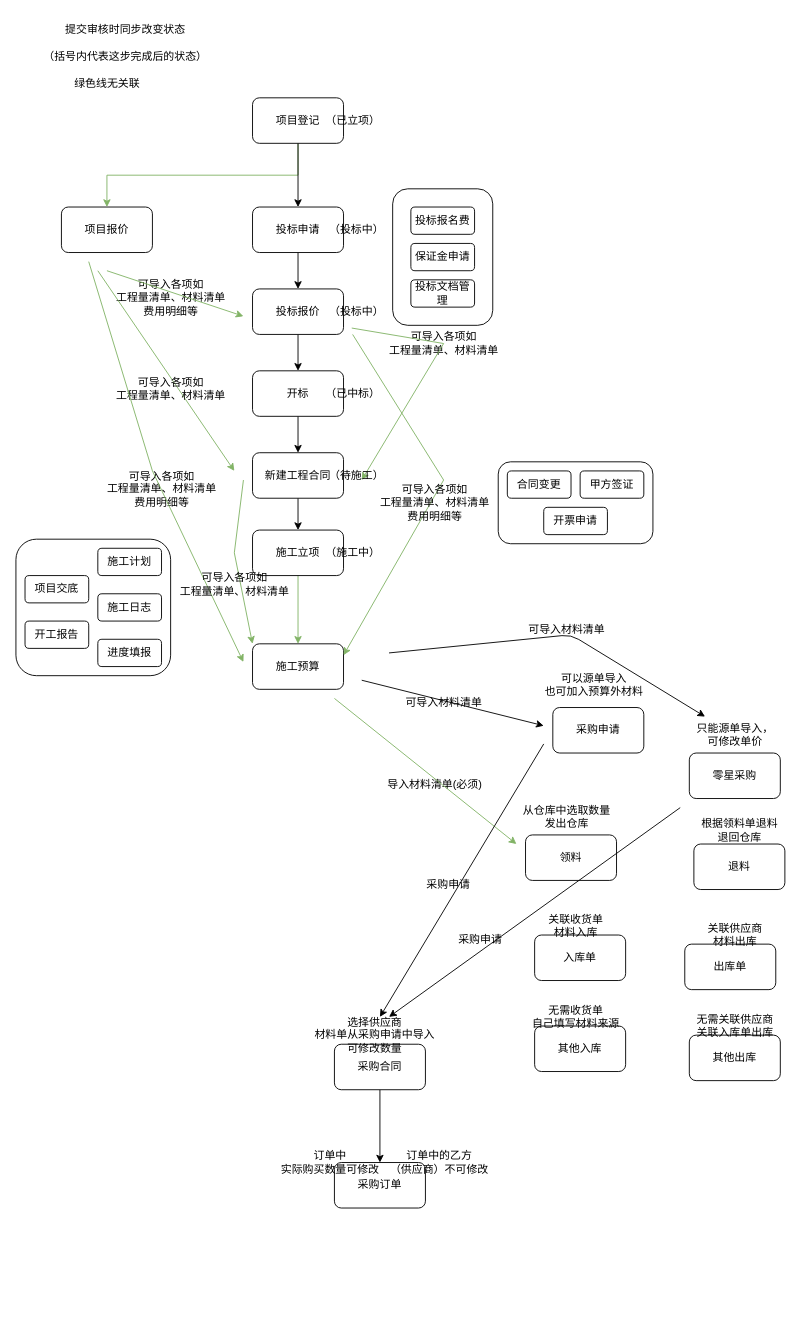
The draw.io diagram 自定义项目管理.drawio in DearJJJ/my_design_pattern, before the edit. Source tidied: cells renumbered, new cells numbered last; positions are measured from the earlier drawing's top-left corner, leaving out a move shared by most shapes. Both pictures are drawn from the tidied source at 91%, with x=0, y=0 at pixel (15, 15).
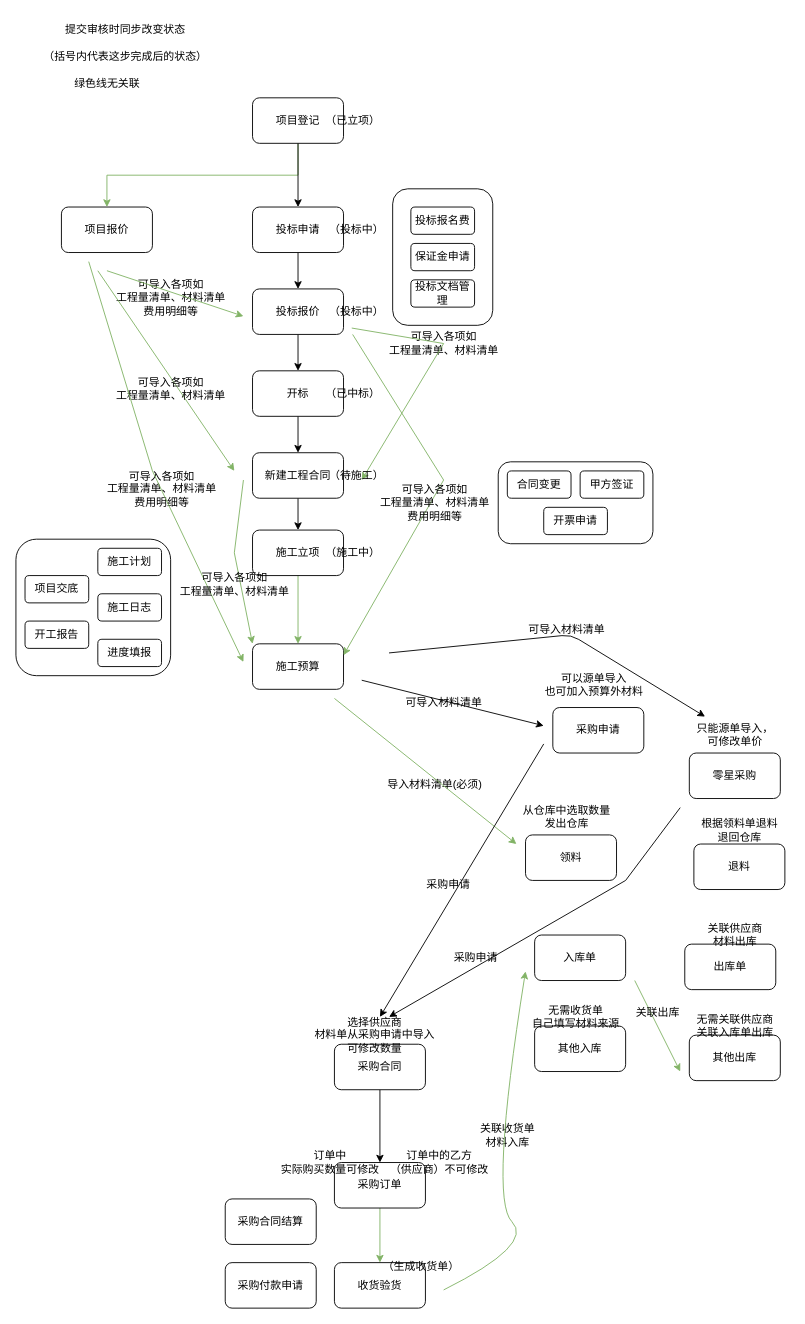
After the change.

Commit message:
更新自定义项目管理.drawio

Unchanged cells that the change refers to:
```xml
<mxCell id="79" value="采购订单" style="rounded=1;whiteSpace=wrap;html=1;" parent="1" vertex="1">
  <mxGeometry x="350" y="1260" width="100" height="50" as="geometry" />
</mxCell>
```

Diff of the diagram source:
```diff
@@
     <mxCell id="69" value="关联收货单&lt;br&gt;材料入库" style="text;html=1;align=center;verticalAlign=middle;strokeColor=none;fillColor=none;" parent="1" vertex="1">
-      <mxGeometry x="575" y="980" width="80" height="40" as="geometry" />
+      <mxGeometry x="500" y="1210" width="80" height="40" as="geometry" />
     </mxCell>
@@
     <mxCell id="76" style="endArrow=classic;html=1;rounded=0;" parent="1" edge="1">
       <mxGeometry relative="1" as="geometry">
         <mxPoint x="730" y="870" as="sourcePoint" />
         <mxPoint x="410" y="1100" as="targetPoint" />
+        <Array as="points">
+          <mxPoint x="670" y="950" />
+        </Array>
       </mxGeometry>
     </mxCell>
@@
+    <mxCell id="85" style="edgeStyle=orthogonalEdgeStyle;rounded=0;jettySize=auto;html=1;exitX=0.5;exitY=1;exitDx=0;exitDy=0;fillColor=#d5e8d4;gradientColor=#97d077;strokeColor=#82b366;" parent="1" edge="1" source="79" target="86">
+      <mxGeometry relative="1" as="geometry" />
+    </mxCell>
@@
     <mxCell id="81" value="采购申请" style="text;html=1;align=center;verticalAlign=middle;strokeColor=none;fillColor=none;" parent="1" vertex="1">
-      <mxGeometry x="475" y="1000" width="70" height="30" as="geometry" />
+      <mxGeometry x="470" y="1020" width="70" height="30" as="geometry" />
     </mxCell>
@@
+    <mxCell id="86" value="收货验货" style="rounded=1;whiteSpace=wrap;html=1;" parent="1" vertex="1">
+      <mxGeometry x="350" y="1370" width="100" height="50" as="geometry" />
+    </mxCell>
+    <mxCell id="87" value="采购付款申请" style="rounded=1;whiteSpace=wrap;html=1;" parent="1" vertex="1">
+      <mxGeometry x="230" y="1370" width="100" height="50" as="geometry" />
+    </mxCell>
+    <mxCell id="88" value="（生成收货单）" style="text;html=1;align=center;verticalAlign=middle;strokeColor=none;fillColor=none;" parent="1" vertex="1">
+      <mxGeometry x="390" y="1360" width="110" height="30" as="geometry" />
+    </mxCell>
+    <mxCell id="89" style="curved=1;endArrow=classic;html=1;rounded=0;fillColor=#d5e8d4;gradientColor=#97d077;strokeColor=#82b366;" parent="1" edge="1">
+      <mxGeometry relative="1" as="geometry">
+        <mxPoint x="470" y="1400" as="sourcePoint" />
+        <mxPoint x="560" y="1050" as="targetPoint" />
+        <Array as="points">
+          <mxPoint x="570" y="1350" />
+          <mxPoint x="520" y="1300" />
+        </Array>
+      </mxGeometry>
+    </mxCell>
+    <mxCell id="90" value="采购合同结算" style="rounded=1;whiteSpace=wrap;html=1;" parent="1" vertex="1">
+      <mxGeometry x="230" y="1300" width="100" height="50" as="geometry" />
+    </mxCell>
+    <mxCell id="91" style="endArrow=classic;html=1;rounded=0;fillColor=#d5e8d4;gradientColor=#97d077;strokeColor=#82b366;" parent="1" edge="1">
+      <mxGeometry relative="1" as="geometry">
+        <mxPoint x="680" y="1060" as="sourcePoint" />
+        <mxPoint x="730" y="1160" as="targetPoint" />
+      </mxGeometry>
+    </mxCell>
+    <mxCell id="92" value="关联出库" style="text;html=1;align=center;verticalAlign=middle;strokeColor=none;fillColor=none;" parent="1" vertex="1">
+      <mxGeometry x="670" y="1080" width="70" height="30" as="geometry" />
+    </mxCell>
```
